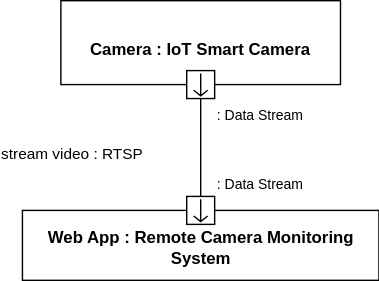
The draw.io diagram SysML Lessons/Lesson Views and SVGs/BDD Lesson - Atomic Flow Ports.svg in JeffreyWerth/AWS-Architecture-Model-Repository, before a commit. Source tidied: cells renumbered, new cells last; positions are measured from the earlier drawing's top-left corner, leaving out a move shared by most shapes.
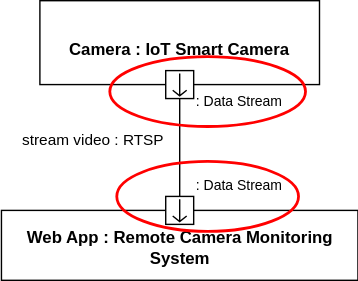
Later version of the same file.

Change to the diagram source:
```diff
@@ -9,13 +9,24 @@
       <mxGeometry x="0.5" y="140" width="255" height="60" as="geometry" />
     </mxCell>
     <mxCell id="4" value="stream video : RTSP" style="edgeStyle=none;html=1;align=right;endArrow=none;exitX=0.5;exitY=1;entryX=0.5;entryY=0;rounded=0;" parent="1" edge="1" source="2" target="3">
-      <mxGeometry x="0.14" y="-40" relative="1" as="geometry" />
+      <mxGeometry x="-0.14" y="-10" relative="1" as="geometry" />
     </mxCell>
     <mxCell id="5" value=": Data Stream" style="html=1;align=left;spacingLeft=10;verticalAlign=top;labelPosition=left;verticalLabelPosition=bottom;labelBackgroundColor=none;fontSize=10;" parent="4" vertex="1">
-      <mxGeometry x="-1" relative="1" as="geometry" />
+      <mxGeometry x="-1" relative="1" as="geometry">
+        <mxPoint y="-10" as="offset" />
+      </mxGeometry>
     </mxCell>
     <mxCell id="6" value=": Data Stream" style="html=1;align=left;spacingLeft=10;verticalAlign=bottom;labelPosition=left;verticalLabelPosition=bottom;labelBackgroundColor=none;fontSize=10;" parent="4" vertex="1">
       <mxGeometry x="1" relative="1" as="geometry" />
     </mxCell>
+    <mxCell id="7" style="ellipse;whiteSpace=wrap;html=1;fillColor=none;strokeColor=#FF0000;strokeWidth=2;" parent="1" vertex="1">
+      <mxGeometry x="78" y="40" width="140" height="50" as="geometry" />
+    </mxCell>
+    <mxCell id="8" style="html=1;align=left;spacingLeft=10;verticalAlign=top;labelPosition=left;verticalLabelPosition=bottom;labelBackgroundColor=none;fontSize=10;" parent="1" vertex="1">
+      <mxGeometry x="158" y="140" as="geometry" />
+    </mxCell>
+    <mxCell id="9" style="ellipse;whiteSpace=wrap;html=1;fillColor=none;strokeColor=#FF0000;strokeWidth=2;" parent="1" vertex="1">
+      <mxGeometry x="83" y="115" width="130" height="50" as="geometry" />
+    </mxCell>
   </root>
 </mxGraphModel>
```
